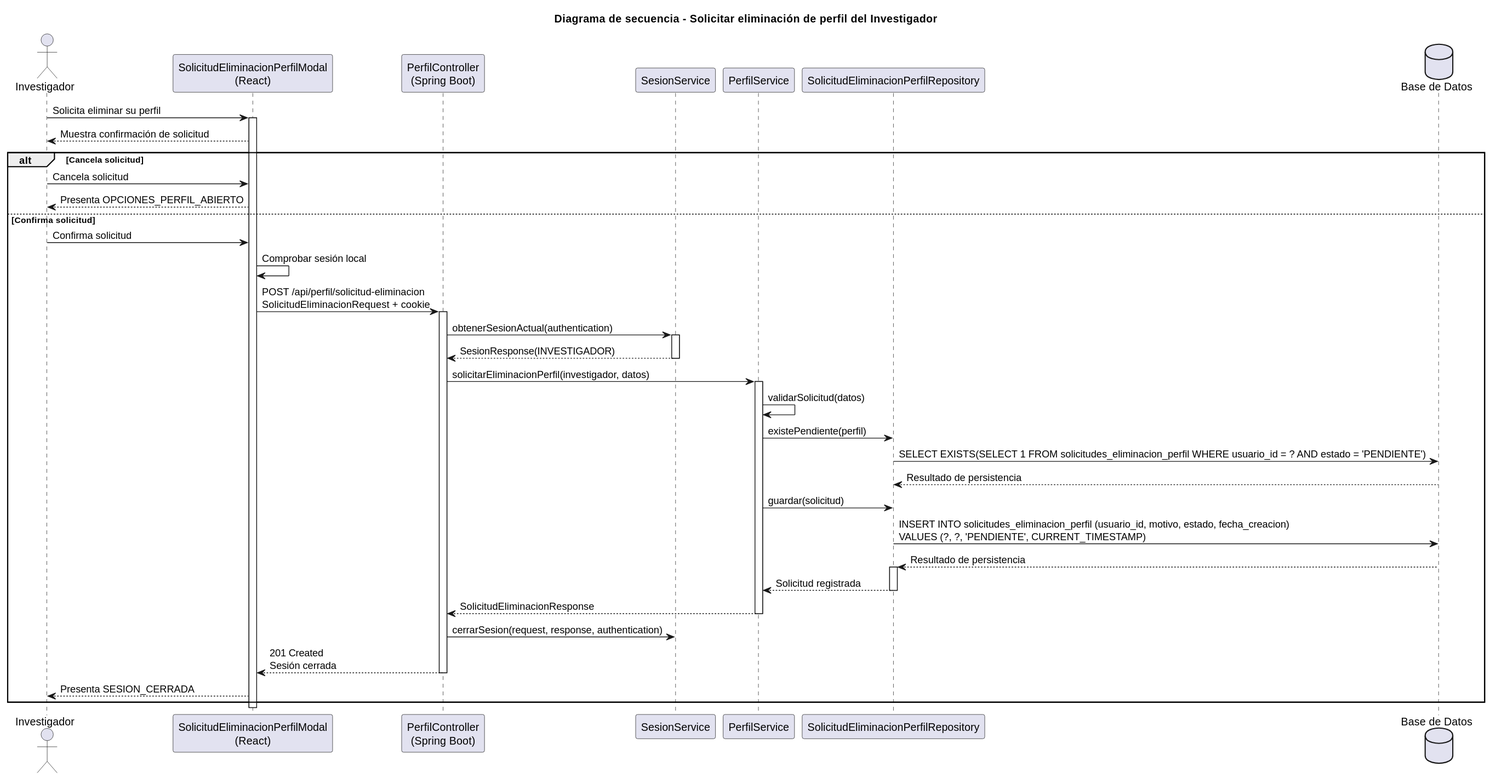
Above: images/RUP/02-diseño/casos-uso/investigador/solicitarEliminacionPerfil/secuencia.svg in beatriizorozco/25-26-idsw2-sdVC (PlantUML), before the change.
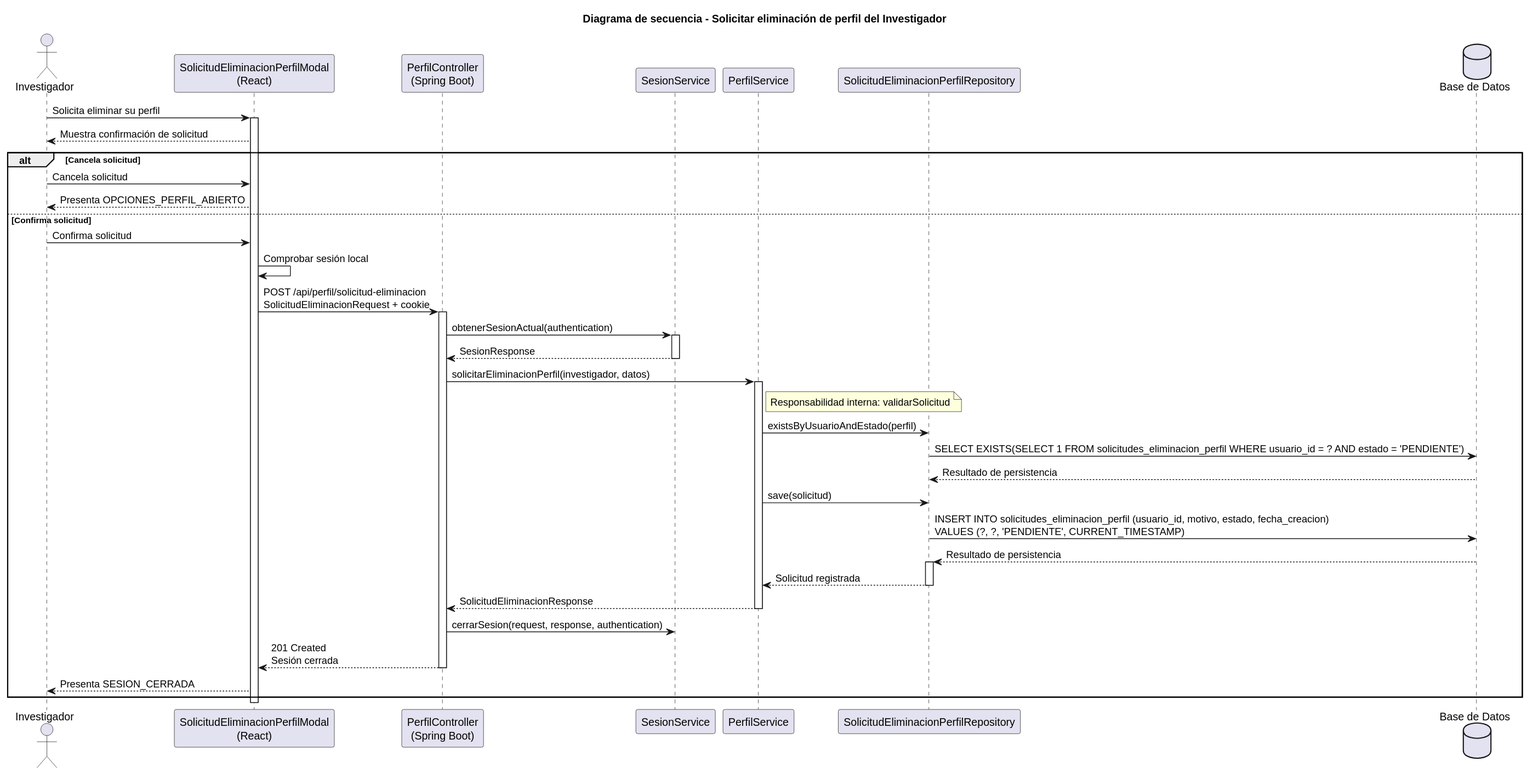
The same file after the commit.

Diff of the diagram source:
```diff
@@ -22,15 +22,15 @@
     activate Api
     Api -> Sesion: obtenerSesionActual(authentication)
     activate Sesion
-    Sesion --> Api: SesionResponse(INVESTIGADOR)
+    Sesion --> Api: SesionResponse
     deactivate Sesion
     Api -> PerfilService: solicitarEliminacionPerfil(investigador, datos)
     activate PerfilService
-    PerfilService -> PerfilService: validarSolicitud(datos)
-    PerfilService -> SolicitudRepository: existePendiente(perfil)
+note right of PerfilService: Responsabilidad interna: validarSolicitud
+    PerfilService -> SolicitudRepository: existsByUsuarioAndEstado(perfil)
     SolicitudRepository -> DB: SELECT EXISTS(SELECT 1 FROM solicitudes_eliminacion_perfil WHERE usuario_id = ? AND estado = 'PENDIENTE')
     DB --> SolicitudRepository: Resultado de persistencia
-    PerfilService -> SolicitudRepository: guardar(solicitud)
+    PerfilService -> SolicitudRepository: save(solicitud)
     SolicitudRepository -> DB: INSERT INTO solicitudes_eliminacion_perfil (usuario_id, motivo, estado, fecha_creacion)\nVALUES (?, ?, 'PENDIENTE', CURRENT_TIMESTAMP)
     DB --> SolicitudRepository: Resultado de persistencia
     activate SolicitudRepository
```
